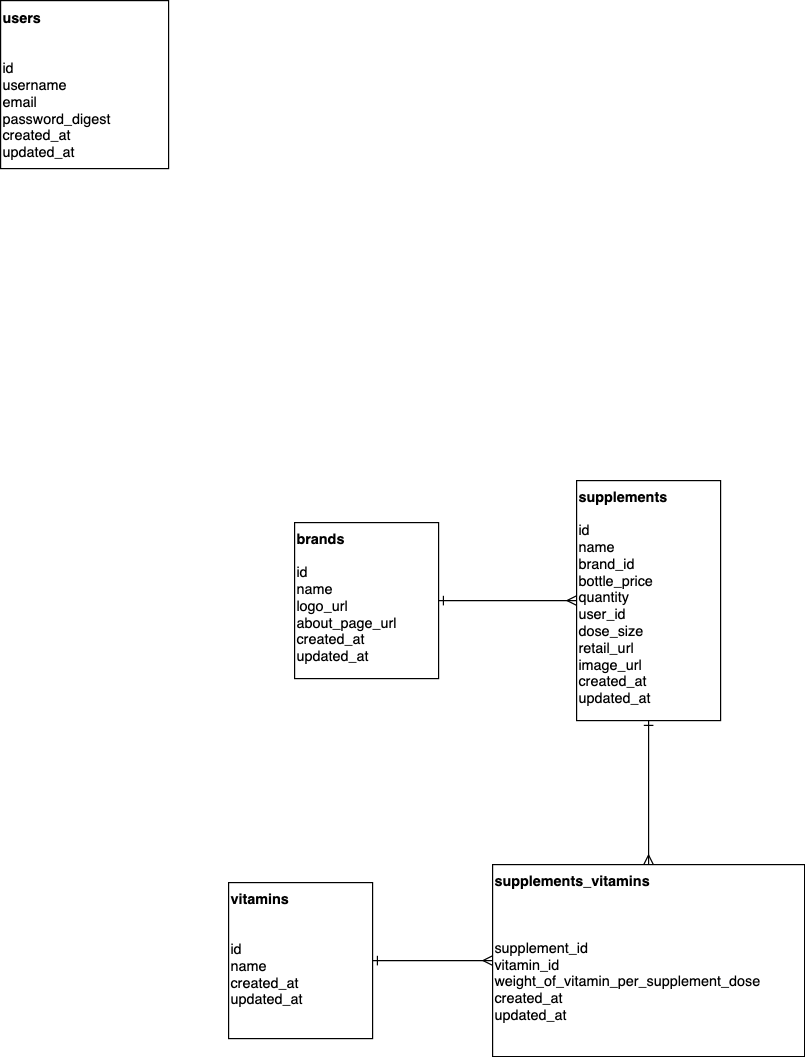
Before: Untitled Diagram.png, a diagram exported from draw.io (heresy0-0y/vitafind). Source tidied: cells renumbered, new cells last; positions are measured from the earlier drawing's top-left corner, leaving out a move shared by most shapes.
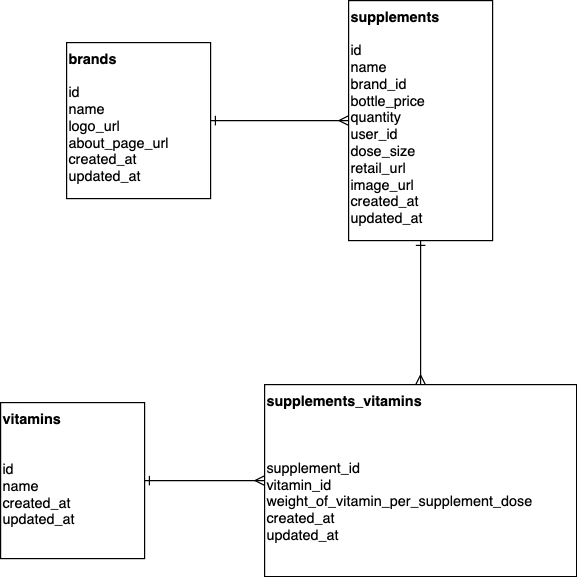
After the commit.

Commit message:
MVP ERD

What changed in the source:
```diff
@@ -2,9 +2,6 @@
   <root>
     <mxCell id="0" />
     <mxCell id="1" parent="0" />
-    <mxCell id="2" value="&lt;b&gt;users&lt;br&gt;&lt;/b&gt;&lt;br&gt;&lt;br&gt;id&lt;br&gt;username&lt;br&gt;email&lt;br&gt;password_digest&lt;br&gt;created_at&lt;br&gt;updated_at" style="whiteSpace=wrap;html=1;align=left;" parent="1" vertex="1">
-      <mxGeometry width="140" height="140" as="geometry" />
-    </mxCell>
     <mxCell id="3" value="&lt;div style=&quot;position: relative&quot;&gt;&lt;div style=&quot;position: relative&quot;&gt;&lt;span&gt;&lt;b&gt;supplements&lt;/b&gt;&lt;/span&gt;&lt;/div&gt;&lt;div style=&quot;position: relative&quot;&gt;&lt;span&gt;&lt;br&gt;&lt;/span&gt;&lt;/div&gt;&lt;div style=&quot;position: relative&quot;&gt;&lt;span&gt;id&lt;/span&gt;&lt;br&gt;&lt;/div&gt;&lt;div style=&quot;position: relative&quot;&gt;&lt;span&gt;name&lt;/span&gt;&lt;/div&gt;&lt;div style=&quot;position: relative&quot;&gt;&lt;span&gt;brand_id&lt;/span&gt;&lt;/div&gt;&lt;div style=&quot;position: relative&quot;&gt;&lt;span&gt;bottle_price&lt;/span&gt;&lt;/div&gt;&lt;div style=&quot;position: relative&quot;&gt;&lt;span&gt;quantity&lt;/span&gt;&lt;/div&gt;&lt;div style=&quot;position: relative&quot;&gt;&lt;span&gt;user_id&lt;/span&gt;&lt;/div&gt;&lt;div style=&quot;position: relative&quot;&gt;&lt;span&gt;dose_size&lt;/span&gt;&lt;/div&gt;&lt;div style=&quot;position: relative&quot;&gt;&lt;span&gt;retail_url&lt;/span&gt;&lt;/div&gt;&lt;div style=&quot;position: relative&quot;&gt;&lt;span&gt;image_url&lt;/span&gt;&lt;/div&gt;&lt;div style=&quot;position: relative&quot;&gt;&lt;span&gt;created_at&lt;/span&gt;&lt;/div&gt;&lt;div style=&quot;position: relative&quot;&gt;&lt;span&gt;updated_at&lt;/span&gt;&lt;/div&gt;&lt;/div&gt;" style="text;whiteSpace=wrap;html=1;fillColor=#ffffff;strokeColor=#000000;" parent="1" vertex="1">
       <mxGeometry x="480" y="400" width="120" height="200" as="geometry" />
     </mxCell>
```
